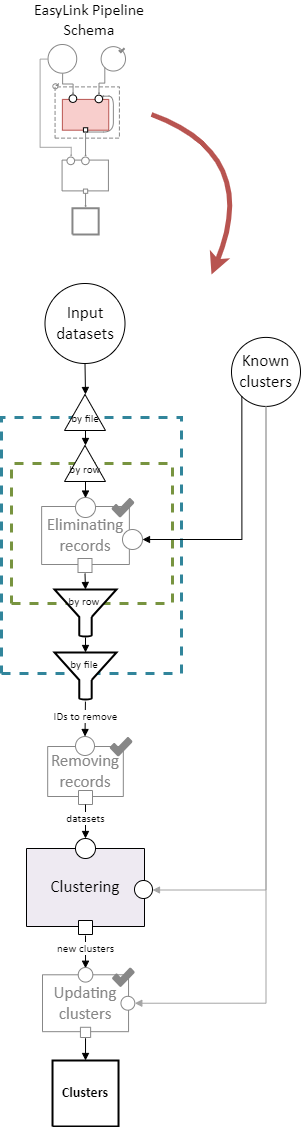
Above: docs/source/concepts/pipeline_schema/images/entity_resolution_sub_steps.drawio.png in ihmeuw/easylink (draw.io), before the change. Source tidied: cells renumbered, new cells last; positions are measured from the earlier drawing's top-left corner, leaving out a move shared by most shapes.
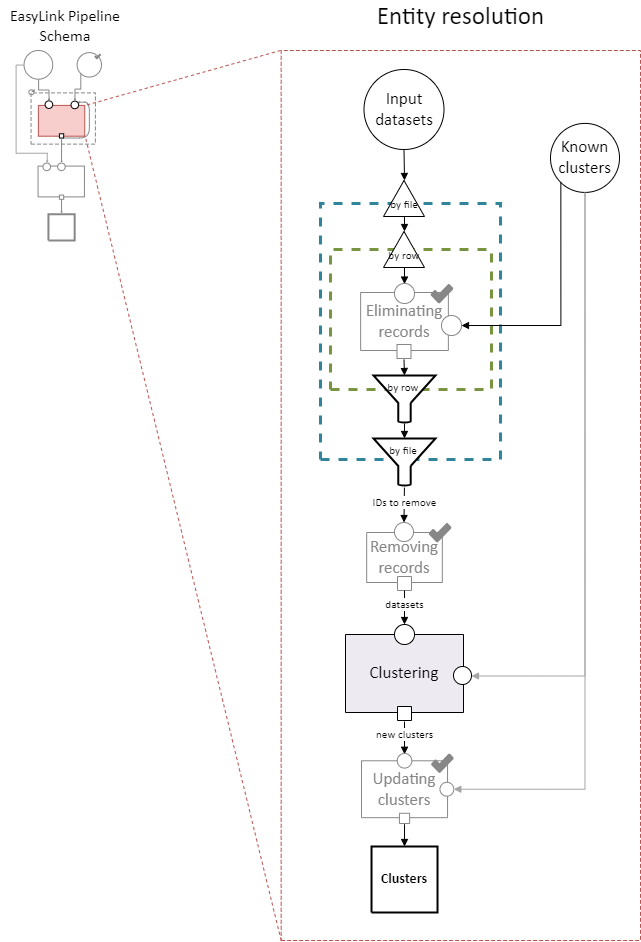
After the commit.

Commit message:
Improve minimaps

Change to the diagram source:
```diff
@@ -163,15 +163,6 @@
     <mxCell id="46" style="vsdxID=1146;edgeStyle=orthogonalEdgeStyle;startArrow=none;endArrow=block;startSize=5;endSize=5;strokeColor=#a5a5a5;spacingTop=0;spacingBottom=0;spacingLeft=0;spacingRight=0;verticalAlign=middle;html=1;labelBackgroundColor=#ffffff;rounded=0;exitX=0.5;exitY=1.0084745762711864;exitDx=0;exitDy=0;exitPerimeter=0;entryX=1;entryY=0.5277777777777778;entryDx=0;entryDy=0;entryPerimeter=0;jumpStyle=arc;" parent="1" edge="1" source="11" target="21">
       <mxGeometry relative="1" as="geometry" />
     </mxCell>
-    <mxCell id="47" style="curved=1;endArrow=classic;html=1;strokeWidth=5;strokeColor=#B85450;" parent="1" edge="1">
-      <mxGeometry relative="1" as="geometry">
-        <mxPoint x="150" y="110" as="sourcePoint" />
-        <mxPoint x="210" y="270" as="targetPoint" />
-        <Array as="points">
-          <mxPoint x="260" y="150" />
-        </Array>
-      </mxGeometry>
-    </mxCell>
     <mxCell id="48" value="&lt;div style=&quot;font-size: 1px&quot;&gt;&lt;font style=&quot;font-size: 11.29px; font-family: Calibri; color: rgb(0, 0, 0); direction: ltr; letter-spacing: 0px; line-height: 120%; opacity: 1;&quot;&gt;IDs to remove&lt;/font&gt;&lt;/div&gt;" style="vsdxID=1179;edgeStyle=none;startArrow=none;endArrow=block;startSize=5;endSize=5;strokeColor=#000000;spacingTop=0;spacingBottom=0;spacingLeft=0;spacingRight=0;verticalAlign=middle;html=1;labelBackgroundColor=#ffffff;rounded=0;align=center;exitX=0.493;exitY=1.02;exitDx=0;exitDy=0;exitPerimeter=0;entryX=0.5;entryY=0;entryDx=0;entryDy=0;entryPerimeter=0;" parent="1" edge="1" source="34" target="7">
       <mxGeometry x="-0.16" relative="1" as="geometry" />
     </mxCell>
@@ -221,26 +212,26 @@
       <mxGeometry x="69.5" width="22.9" height="19.6" as="geometry" />
     </mxCell>
     <mxCell id="64" style="vsdxID=1104;fillColor=#ffffff;gradientColor=none;shape=(stored shape, 220 characters);strokeColor=#878787;points=[[0.5,0,0],[0.5,0.5,0],[0,0.5,0],[0.5,1,0],[1,0.5,0],[0.15,0.85,0],[0.85,0.85,0],[0.85,0.15,0],[0.15,0.15,0]];labelBackgroundColor=none;rounded=0;html=1;whiteSpace=wrap;fontColor=#6B6B6B;" parent="1" vertex="1">
-      <mxGeometry x="99.6" y="42.1" width="24.4" height="24.4" as="geometry" />
+      <mxGeometry x="-243.4" y="262.1" width="24.4" height="24.4" as="geometry" />
     </mxCell>
     <mxCell id="65" style="vsdxID=1108;fillColor=none;gradientColor=none;shape=(stored shape, 160 characters);dashed=1;dashPattern=4.00 2.00;strokeColor=#878787;strokeWidth=1;labelBackgroundColor=none;rounded=0;html=1;whiteSpace=wrap;" parent="1" vertex="1">
-      <mxGeometry x="53.6" y="82.4" width="64.3" height="51.2" as="geometry" />
+      <mxGeometry x="-289.4" y="302.4" width="64.3" height="51.2" as="geometry" />
     </mxCell>
     <mxCell id="66" style="vsdxID=1148;edgeStyle=none;startArrow=none;endArrow=block;startSize=5;endSize=0;strokeColor=#878787;spacingTop=0;spacingBottom=0;spacingLeft=0;spacingRight=0;verticalAlign=middle;html=1;labelBackgroundColor=#ffffff;rounded=1;entryX=0.85;entryY=0.15;entryDx=0;entryDy=0;entryPerimeter=0;strokeWidth=1;curved=0;" parent="1" edge="1" target="70">
       <mxGeometry relative="1" as="geometry">
-        <mxPoint x="84.1" y="127.5" as="sourcePoint" />
+        <mxPoint x="-259" y="347.5" as="sourcePoint" />
         <Array as="points">
-          <mxPoint x="111.9" y="127.5" />
-          <mxPoint x="111.9" y="91.5" />
+          <mxPoint x="-231.1" y="347.5" />
+          <mxPoint x="-231.1" y="311.5" />
         </Array>
         <mxPoint y="-1" as="offset" />
       </mxGeometry>
     </mxCell>
     <mxCell id="67" style="vsdxID=2;fillColor=#ffffff;gradientColor=none;shape=(stored shape, 220 characters);strokeColor=#878787;points=[[0.5,0,0],[0.5,0.5,0],[0,0.5,0],[0.5,1,0],[1,0.5,0],[0.15,0.85,0],[0.85,0.85,0],[0.85,0.15,0],[0.15,0.15,0]];labelBackgroundColor=none;rounded=0;html=1;whiteSpace=wrap;" parent="1" vertex="1">
-      <mxGeometry x="46.5" y="40" width="28.7" height="28.7" as="geometry" />
+      <mxGeometry x="-296.5" y="260" width="28.7" height="28.7" as="geometry" />
     </mxCell>
     <mxCell id="68" style="vsdxID=1127;fillColor=none;gradientColor=none;strokeColor=none;strokeWidth=2;labelBackgroundColor=none;rounded=0;html=1;whiteSpace=wrap;" parent="1" vertex="1">
-      <mxGeometry x="60.9" y="90.6" width="50" height="38.4" as="geometry" />
+      <mxGeometry x="-282.1" y="310.6" width="50" height="38.4" as="geometry" />
     </mxCell>
     <mxCell id="69" value="&lt;div style=&quot;font-size: 1px&quot;&gt;&lt;font style=&quot;font-size: 16.93px; font-family: Calibri; color: rgb(0, 0, 0); direction: ltr; letter-spacing: 0px; line-height: 120%; opacity: 1;&quot;&gt;&lt;br&gt;&lt;/font&gt;&lt;/div&gt;" style="verticalAlign=middle;align=center;overflow=width;vsdxID=181;fillColor=#f8cecc;shape=(stored shape, 160 characters);strokeColor=#b85450;points=[[0.5,1,0],[1,0.5,0],[0.5,0,0],[0,0.5,0],[0.5,0.5,0]];labelBackgroundColor=none;rounded=0;html=1;whiteSpace=wrap;" parent="68" vertex="1">
       <mxGeometry y="4.3" width="46.4" height="30.8" as="geometry" />
@@ -258,7 +249,7 @@
       <mxGeometry x="0.5" y="0.8" width="6.8" height="5.8" as="geometry" />
     </mxCell>
     <mxCell id="74" style="vsdxID=1128;fillColor=none;gradientColor=none;strokeColor=none;strokeWidth=2;labelBackgroundColor=none;rounded=0;html=1;whiteSpace=wrap;" parent="1" vertex="1">
-      <mxGeometry x="55.7" y="152.5" width="51.5" height="37.8" as="geometry" />
+      <mxGeometry x="-287.3" y="372.5" width="51.5" height="37.8" as="geometry" />
     </mxCell>
     <mxCell id="75" value="&lt;div style=&quot;font-size: 1px&quot;&gt;&lt;font style=&quot;font-size: 16.93px; font-family: Calibri; color: rgb(0, 0, 0); direction: ltr; letter-spacing: 0px; line-height: 120%; opacity: 1;&quot;&gt;&lt;br&gt;&lt;/font&gt;&lt;/div&gt;" style="verticalAlign=middle;align=center;overflow=width;vsdxID=112;fillColor=#FFFFFF;shape=(stored shape, 160 characters);strokeColor=#878787;labelBackgroundColor=none;rounded=0;html=1;whiteSpace=wrap;fontColor=#333333;" parent="74" vertex="1">
       <mxGeometry x="4.9" y="3" width="46.4" height="30.8" as="geometry" />
@@ -270,34 +261,34 @@
       <mxGeometry x="9.8" width="7.6" height="7.6" as="geometry" />
     </mxCell>
     <mxCell id="78" style="vsdxID=1130;fillColor=#ffffff;gradientColor=none;shape=(stored shape, 160 characters);strokeColor=#000000;points=[[0,0.5,0],[1,0.5,0],[0.5,1,0],[0.5,0,0],[1,1,0]];labelBackgroundColor=none;rounded=0;html=1;whiteSpace=wrap;" parent="1" vertex="1">
-      <mxGeometry x="81.9" y="123.3" width="4.3" height="4.3" as="geometry" />
+      <mxGeometry x="-261.1" y="343.3" width="4.3" height="4.3" as="geometry" />
     </mxCell>
     <mxCell id="79" style="vsdxID=1131;fillColor=#ffffff;gradientColor=none;shape=(stored shape, 160 characters);strokeColor=#878787;points=[[0,0.5,0],[1,0.5,0],[0.5,1,0],[0.5,0,0]];labelBackgroundColor=none;rounded=0;html=1;whiteSpace=wrap;" parent="1" vertex="1">
-      <mxGeometry x="81.9" y="184.6" width="4.3" height="4.3" as="geometry" />
+      <mxGeometry x="-261.1" y="404.6" width="4.3" height="4.3" as="geometry" />
     </mxCell>
     <mxCell id="80" style="vsdxID=1107;edgeStyle=orthogonalEdgeStyle;startArrow=none;endArrow=block;startSize=5;endSize=0;strokeColor=#878787;spacingTop=0;spacingBottom=0;spacingLeft=0;spacingRight=0;verticalAlign=middle;html=1;labelBackgroundColor=#ffffff;rounded=0;exitX=0.15254237288135594;exitY=0.864406779661017;exitDx=0;exitDy=0;exitPerimeter=0;entryX=0.52;entryY=0;entryDx=0;entryDy=0;entryPerimeter=0;" parent="1" edge="1" source="64" target="70">
       <mxGeometry relative="1" as="geometry" />
     </mxCell>
     <mxCell id="81" style="vsdxID=114;edgeStyle=none;startArrow=none;endArrow=block;startSize=5;endSize=0;strokeColor=#878787;spacingTop=0;spacingBottom=0;spacingLeft=0;spacingRight=0;verticalAlign=middle;html=1;labelBackgroundColor=#ffffff;rounded=0;exitX=0.5;exitY=1;exitDx=0;exitDy=0;exitPerimeter=0;entryX=0.4962962962962963;entryY=0;entryDx=0;entryDy=0;entryPerimeter=0;" parent="1" edge="1" source="79">
       <mxGeometry relative="1" as="geometry">
-        <mxPoint x="84.1" y="203.2" as="targetPoint" />
+        <mxPoint x="-259" y="423.2" as="targetPoint" />
         <mxPoint x="12" as="offset" />
       </mxGeometry>
     </mxCell>
     <mxCell id="82" style="vsdxID=1059;edgeStyle=orthogonalEdgeStyle;startArrow=none;endArrow=block;startSize=5;endSize=0;strokeColor=#a5a5a5;spacingTop=0;spacingBottom=0;spacingLeft=0;spacingRight=0;verticalAlign=middle;html=1;labelBackgroundColor=#ffffff;rounded=0;exitX=0;exitY=0.5084745762711864;exitDx=0;exitDy=0;exitPerimeter=0;entryX=0.56;entryY=0;entryDx=0;entryDy=0;entryPerimeter=0;" parent="1" edge="1" source="67" target="77">
       <mxGeometry relative="1" as="geometry">
         <Array as="points">
-          <mxPoint x="38.6" y="54.6" />
-          <mxPoint x="38.6" y="142.8" />
-          <mxPoint x="69.7" y="142.8" />
+          <mxPoint x="-304.4" y="274.6" />
+          <mxPoint x="-304.4" y="362.8" />
+          <mxPoint x="-273.3" y="362.8" />
         </Array>
       </mxGeometry>
     </mxCell>
     <mxCell id="83" value="&lt;div style=&quot;font-size: 1px&quot;&gt;&lt;font style=&quot;font-size: 11.29px; font-family: Calibri; color: rgb(0, 0, 0); direction: ltr; letter-spacing: 0px; line-height: 120%; opacity: 1;&quot;&gt;&lt;br&gt;&lt;/font&gt;&lt;/div&gt;" style="vsdxID=1061;edgeStyle=none;startArrow=none;endArrow=block;startSize=5;endSize=0;strokeColor=#878787;spacingTop=0;spacingBottom=0;spacingLeft=0;spacingRight=0;verticalAlign=middle;html=1;labelBackgroundColor=#ffffff;rounded=0;align=center;exitX=0.5;exitY=1;exitDx=0;exitDy=0;exitPerimeter=0;entryX=0.52;entryY=0;entryDx=0;entryDy=0;entryPerimeter=0;" parent="1" edge="1" source="78" target="76">
       <mxGeometry x="-0.02" y="1" relative="1" as="geometry">
         <Array as="points">
-          <mxPoint x="84.1" y="133.3" />
-          <mxPoint x="84" y="133.3" />
+          <mxPoint x="-259" y="353.3" />
+          <mxPoint x="-259" y="353.3" />
         </Array>
       </mxGeometry>
     </mxCell>
@@ -305,19 +296,33 @@
       <mxGeometry relative="1" as="geometry" />
     </mxCell>
     <mxCell id="85" style="vsdxID=1155;fillColor=none;gradientColor=none;strokeColor=none;spacingTop=-3;spacingBottom=-3;spacingLeft=-3;spacingRight=-3;labelBackgroundColor=none;rounded=0;html=1;whiteSpace=wrap;" parent="1" vertex="1">
-      <mxGeometry x="50.8" y="78.4" width="6.4" height="6.4" as="geometry" />
+      <mxGeometry x="-292.2" y="298.4" width="6.4" height="6.4" as="geometry" />
     </mxCell>
     <mxCell id="86" style="vsdxID=1156;fillColor=#878787;gradientColor=none;shape=(stored shape, 1088 characters);strokeColor=none;strokeWidth=3;spacingTop=-3;spacingBottom=-3;spacingLeft=-3;spacingRight=-3;labelBackgroundColor=none;rounded=0;html=1;whiteSpace=wrap;" parent="85" vertex="1">
       <mxGeometry width="6.4" height="6.4" as="geometry" />
     </mxCell>
     <mxCell id="87" style="verticalAlign=middle;align=center;overflow=width;vsdxID=1186;fillColor=#ffffff;gradientColor=none;shape=(stored shape, 160 characters);strokeColor=#878787;strokeWidth=2;labelBackgroundColor=none;rounded=0;html=1;whiteSpace=wrap;" parent="1" vertex="1">
-      <mxGeometry x="70.9" y="203.8" width="26.2" height="26.2" as="geometry" />
+      <mxGeometry x="-272.1" y="423.8" width="26.2" height="26.2" as="geometry" />
     </mxCell>
     <mxCell id="88" style="vsdxID=1097;fillColor=light-dark(#878787,#EDEDED);gradientColor=none;shape=(stored shape, 424 characters);strokeColor=none;strokeWidth=8;spacingTop=-3;spacingBottom=-3;spacingLeft=-3;spacingRight=-3;labelBackgroundColor=none;rounded=0;html=1;whiteSpace=wrap;" parent="1" vertex="1">
-      <mxGeometry x="116.7" y="43" width="7" height="6" as="geometry" />
+      <mxGeometry x="-226.3" y="263" width="7" height="6" as="geometry" />
     </mxCell>
     <mxCell id="89" value="&lt;font face=&quot;Calibri&quot; style=&quot;font-size: 16px;&quot;&gt;EasyLink Pipeline Schema&lt;/font&gt;" style="text;strokeColor=none;align=center;fillColor=none;html=1;verticalAlign=middle;whiteSpace=wrap;rounded=0;" parent="1" vertex="1">
-      <mxGeometry x="23" width="130" height="30" as="geometry" />
+      <mxGeometry x="-320" y="220" width="130" height="30" as="geometry" />
     </mxCell>
+    <mxCell id="90" style="vsdxID=1068;edgeStyle=none;dashed=1;startArrow=none;endArrow=none;startSize=5;endSize=5;strokeColor=#b85450;spacingTop=0;spacingBottom=0;spacingLeft=0;spacingRight=0;verticalAlign=middle;html=1;labelBackgroundColor=#ffffff;rounded=0;fillColor=#f8cecc;entryX=1;entryY=0.005;entryDx=0;entryDy=0;entryPerimeter=0;" parent="1" edge="1" target="69">
+      <mxGeometry relative="1" as="geometry">
+        <mxPoint x="-40" y="260" as="sourcePoint" />
+      </mxGeometry>
+    </mxCell>
+    <mxCell id="91" style="vsdxID=1069;edgeStyle=none;dashed=1;startArrow=none;endArrow=none;startSize=5;endSize=5;strokeColor=#b85450;spacingTop=0;spacingBottom=0;spacingLeft=0;spacingRight=0;verticalAlign=middle;html=1;labelBackgroundColor=#ffffff;rounded=0;entryX=1.009;entryY=0.993;entryDx=0;entryDy=0;entryPerimeter=0;fillColor=#f8cecc;exitX=0;exitY=1;exitDx=0;exitDy=0;exitPerimeter=0;" parent="1" edge="1" source="92" target="69">
+      <mxGeometry relative="1" as="geometry" />
+    </mxCell>
+    <mxCell id="92" style="vsdxID=1108;fillColor=none;shape=(stored shape, 160 characters);dashed=1;dashPattern=4.00 2.00;strokeColor=#b85450;strokeWidth=1;points=[[0.5,1,0],[1,0.5,0],[0.5,0,0],[0,0.5,0],[0.5,0.5,0]];labelBackgroundColor=none;rounded=0;html=1;whiteSpace=wrap;" parent="1" vertex="1">
+      <mxGeometry x="-39.4" y="260" width="359.4" height="890" as="geometry" />
+    </mxCell>
+    <mxCell id="93" value="&lt;font face=&quot;Calibri&quot; style=&quot;font-size: 25px;&quot;&gt;Entity resolution&lt;/font&gt;" style="text;strokeColor=none;align=center;fillColor=none;html=1;verticalAlign=middle;whiteSpace=wrap;rounded=0;" parent="1" vertex="1">
+      <mxGeometry x="40.8" y="210" width="199" height="30" as="geometry" />
+    </mxCell>
   </root>
 </mxGraphModel>
```
